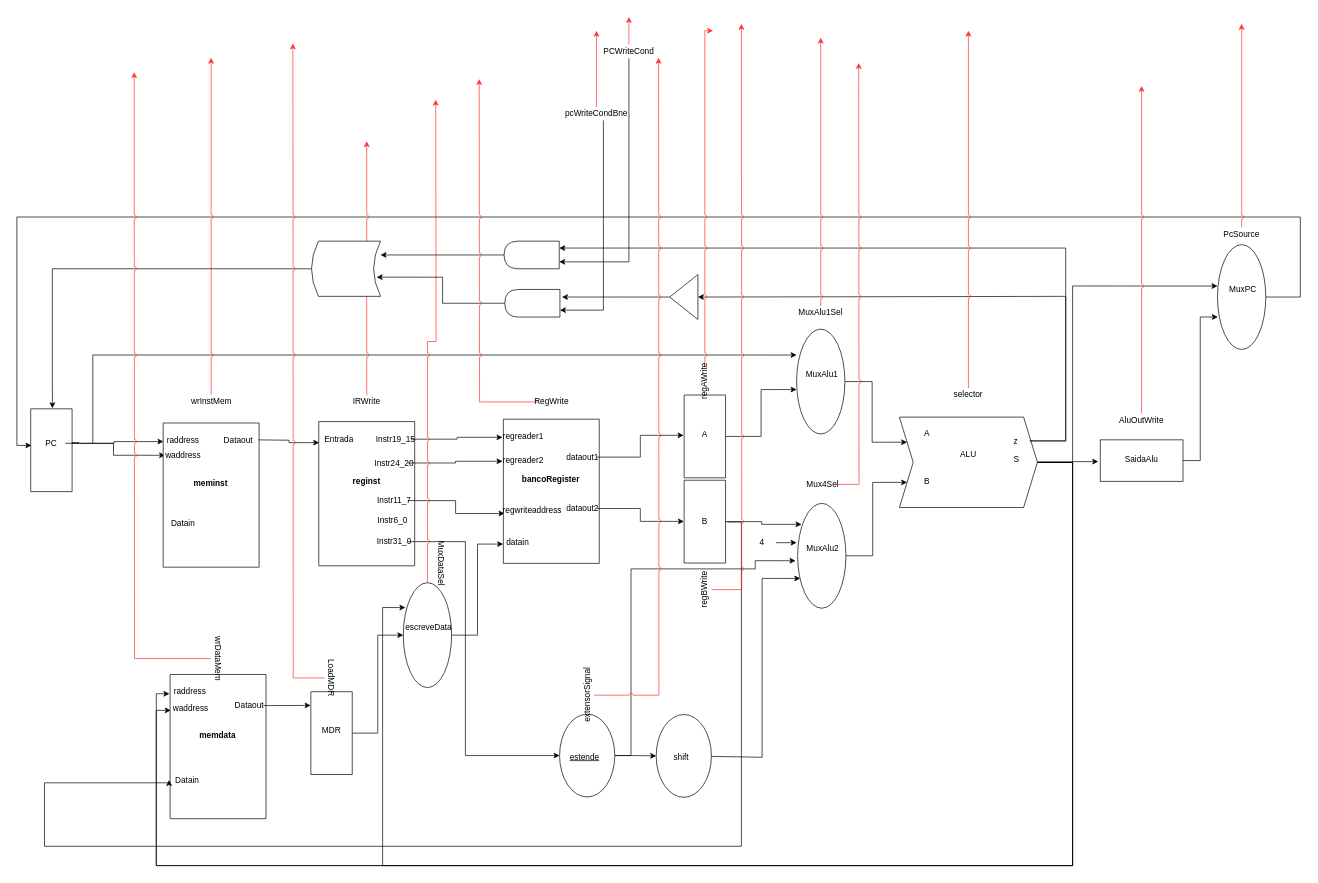
The draw.io diagram cpu.drawio in GabrielOlem/ProjetoHardware, before the edit. Source tidied: cells renumbered, new cells numbered last; positions are measured from the earlier drawing's top-left corner, leaving out a move shared by most shapes. Both pictures are drawn from the tidied source at 69%, with x=0, y=0 at pixel (10, 17).
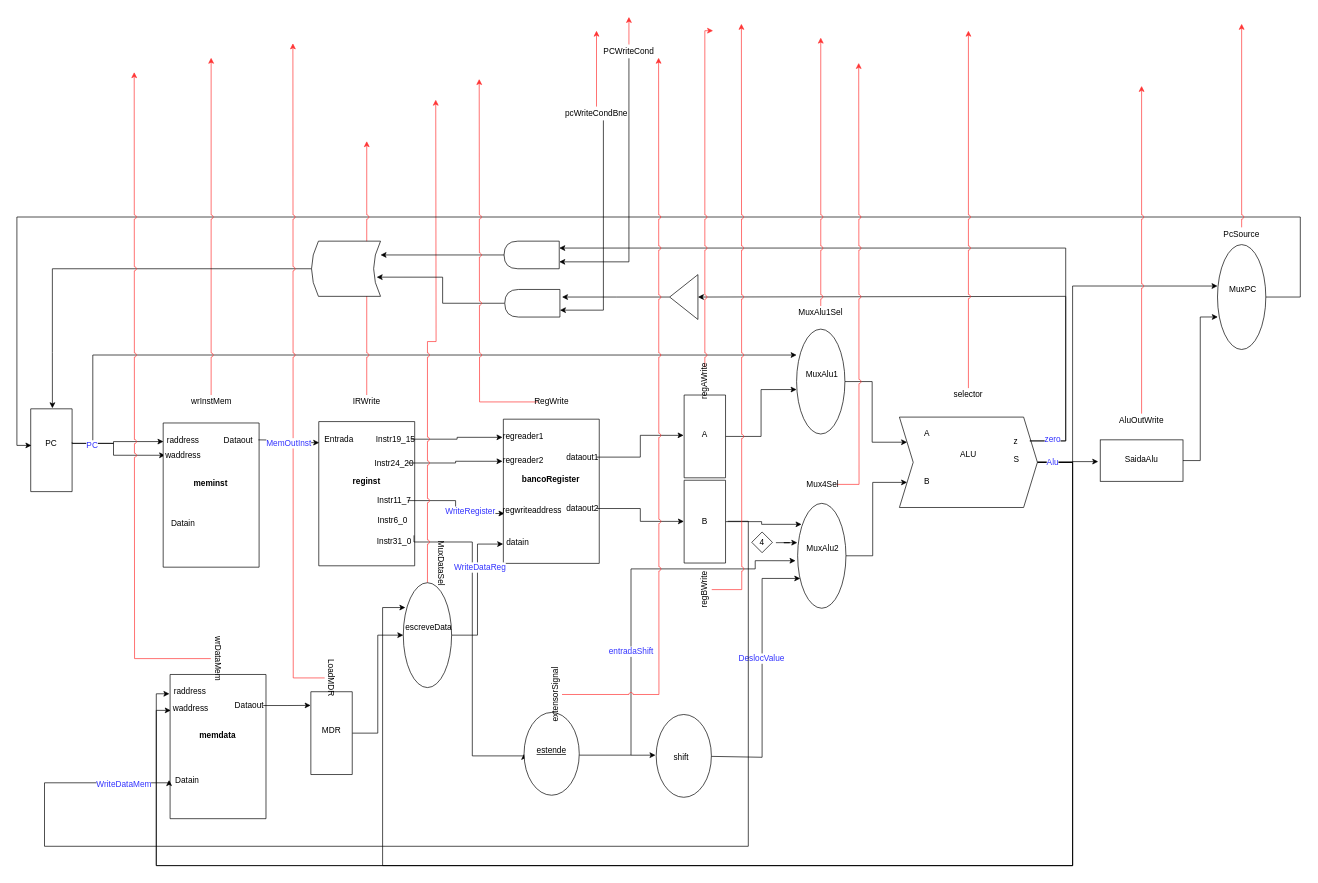
The same diagram, later.

The change refers to these unchanged cells:
```xml
<mxCell id="2" style="verticalLabelPosition=bottom;verticalAlign=top;html=1;shape=mxgraph.basic.rect;fillColor=#ffffff;fillColor2=none;strokeColor=#000000;strokeWidth=1;size=20;indent=5;rotation=90;" parent="1" vertex="1">
  <mxGeometry y="598" width="120" height="60" as="geometry" />
</mxCell>
<mxCell id="6" value="PC" style="text;html=1;strokeColor=none;fillColor=none;align=center;verticalAlign=middle;whiteSpace=wrap;rounded=0;" parent="1" vertex="1">
  <mxGeometry x="40" y="608" width="40" height="20" as="geometry" />
</mxCell>
<mxCell id="7" style="verticalLabelPosition=bottom;verticalAlign=top;html=1;shape=mxgraph.basic.rect;fillColor=#ffffff;fillColor2=none;strokeColor=#000000;strokeWidth=1;size=20;indent=5;rotation=90;" parent="1" vertex="1">
  <mxGeometry x="412.5" y="621.5" width="209" height="139" as="geometry" />
</mxCell>
<mxCell id="14" style="edgeStyle=orthogonalEdgeStyle;rounded=0;jettySize=auto;html=1;entryX=0.654;entryY=0.988;entryDx=0;entryDy=0;entryPerimeter=0;" parent="1" edge="1" source="15" target="18">
  <mxGeometry relative="1" as="geometry" />
</mxCell>
<mxCell id="17" value="Instr31_0" style="text;html=1;strokeColor=none;fillColor=none;align=center;verticalAlign=middle;whiteSpace=wrap;rounded=0;direction=west;" parent="1" vertex="1">
  <mxGeometry x="536.5" y="750.5" width="40" height="20" as="geometry" />
</mxCell>
<mxCell id="28" style="verticalLabelPosition=bottom;verticalAlign=top;html=1;shape=mxgraph.basic.rect;fillColor=#ffffff;fillColor2=none;strokeColor=#000000;strokeWidth=1;size=20;indent=5;rotation=90;" parent="1" vertex="1">
  <mxGeometry x="197" y="988" width="209" height="139" as="geometry" />
</mxCell>
<mxCell id="35" style="verticalLabelPosition=bottom;verticalAlign=top;html=1;shape=mxgraph.basic.rect;fillColor=#ffffff;fillColor2=none;strokeColor=#000000;strokeWidth=1;size=20;indent=5;rotation=90;" parent="1" vertex="1">
  <mxGeometry x="187" y="623.5" width="209" height="139" as="geometry" />
</mxCell>
<mxCell id="49" style="edgeStyle=orthogonalEdgeStyle;rounded=0;jettySize=auto;html=1;entryX=0.716;entryY=0.946;entryDx=0;entryDy=0;entryPerimeter=0;" parent="1" edge="1" source="50" target="83">
  <mxGeometry relative="1" as="geometry">
    <Array as="points">
      <mxPoint x="1090" y="1073" />
      <mxPoint x="1090" y="814" />
    </Array>
  </mxGeometry>
</mxCell>
<mxCell id="50" style="ellipse;whiteSpace=wrap;html=1;rotation=90;" parent="1" vertex="1">
  <mxGeometry x="916.5" y="1031" width="120" height="80" as="geometry" />
</mxCell>
<mxCell id="56" style="verticalLabelPosition=bottom;verticalAlign=top;html=1;shape=mxgraph.basic.rect;fillColor=#ffffff;fillColor2=none;strokeColor=#000000;strokeWidth=1;size=20;indent=5;rotation=90;" parent="1" vertex="1">
  <mxGeometry x="947" y="701.5" width="120" height="60" as="geometry" />
</mxCell>
<mxCell id="63" style="edgeStyle=orthogonalEdgeStyle;rounded=0;jettySize=auto;html=1;entryX=0.249;entryY=0.993;entryDx=0;entryDy=0;entryPerimeter=0;" parent="1" edge="1" source="64" target="28">
  <mxGeometry relative="1" as="geometry">
    <Array as="points">
      <mxPoint x="1540" y="646" />
      <mxPoint x="1540" y="1230" />
      <mxPoint x="212" y="1230" />
      <mxPoint x="212" y="1005" />
    </Array>
  </mxGeometry>
</mxCell>
<mxCell id="70" style="edgeStyle=orthogonalEdgeStyle;rounded=0;jettySize=auto;html=1;entryX=0;entryY=0.5;entryDx=0;entryDy=0;" parent="1" edge="1" source="71" target="99">
  <mxGeometry relative="1" as="geometry">
    <Array as="points">
      <mxPoint x="1530" y="615" />
      <mxPoint x="1530" y="405" />
    </Array>
  </mxGeometry>
</mxCell>
<mxCell id="75" style="edgeStyle=orthogonalEdgeStyle;rounded=0;jettySize=auto;html=1;entryX=0.866;entryY=1.002;entryDx=0;entryDy=0;entryPerimeter=0;" parent="1" edge="1" source="77" target="18">
  <mxGeometry relative="1" as="geometry" />
</mxCell>
<mxCell id="80" style="ellipse;whiteSpace=wrap;html=1;direction=south;" parent="1" vertex="1">
  <mxGeometry x="1140" y="452.5" width="70" height="152" as="geometry" />
</mxCell>
<mxCell id="83" style="ellipse;whiteSpace=wrap;html=1;direction=south;" parent="1" vertex="1">
  <mxGeometry x="1141.5" y="705" width="70" height="152" as="geometry" />
</mxCell>
<mxCell id="90" value="4" style="text;html=1;strokeColor=none;fillColor=none;align=center;verticalAlign=middle;whiteSpace=wrap;rounded=0;" parent="1" vertex="1">
  <mxGeometry x="1070" y="752" width="40" height="20" as="geometry" />
</mxCell>
<mxCell id="129" value="LoadMDR" style="text;html=1;strokeColor=none;fillColor=none;align=center;verticalAlign=middle;whiteSpace=wrap;rounded=0;rotation=90;" parent="1" vertex="1">
  <mxGeometry x="446" y="948" width="40" height="20" as="geometry" />
</mxCell>
```

What changed in the source:
```diff
@@
+    <mxCell id="132" style="rhombus;whiteSpace=wrap;html=1;" parent="1" vertex="1">
+      <mxGeometry x="1075" y="746.5" width="30" height="30" as="geometry" />
+    </mxCell>
@@
-    <mxCell id="3" style="edgeStyle=orthogonalEdgeStyle;rounded=0;jettySize=auto;html=1;entryX=0.129;entryY=0.997;entryDx=0;entryDy=0;entryPerimeter=0;" parent="1" edge="1" source="6" target="35">
-      <mxGeometry relative="1" as="geometry" />
+    <mxCell id="3" style="edgeStyle=orthogonalEdgeStyle;rounded=0;jettySize=auto;html=1;entryX=0.129;entryY=0.997;entryDx=0;entryDy=0;entryPerimeter=0;exitX=0.418;exitY=-0.007;exitDx=0;exitDy=0;exitPerimeter=0;" parent="1" edge="1" source="2" target="35">
+      <mxGeometry relative="1" as="geometry">
+        <Array as="points">
+          <mxPoint x="150" y="618" />
+          <mxPoint x="150" y="615" />
+        </Array>
+      </mxGeometry>
     </mxCell>
@@
     <mxCell id="5" style="edgeStyle=orthogonalEdgeStyle;rounded=0;jettySize=auto;html=1;entryX=0.247;entryY=1;entryDx=0;entryDy=0;entryPerimeter=0;" parent="1" edge="1" target="80">
       <mxGeometry relative="1" as="geometry">
-        <mxPoint x="100" y="617" as="sourcePoint" />
+        <mxPoint x="90" y="618" as="sourcePoint" />
         <Array as="points">
           <mxPoint x="90" y="617" />
           <mxPoint x="90" y="618" />
           <mxPoint x="120" y="618" />
           <mxPoint x="120" y="490" />
         </Array>
       </mxGeometry>
     </mxCell>
+    <mxCell id="133" value="&lt;font color=&quot;#3333ff&quot;&gt;PC&lt;/font&gt;" style="text;html=1;align=center;verticalAlign=middle;labelBackgroundColor=#ffffff;" parent="5" vertex="1">
+      <mxGeometry x="-0.95" y="-2" relative="1" as="geometry" />
+    </mxCell>
@@
+    <mxCell id="134" value="&lt;font color=&quot;#3333ff&quot;&gt;WriteRegister&lt;/font&gt;" style="text;html=1;align=center;verticalAlign=middle;labelBackgroundColor=#ffffff;" parent="14" vertex="1">
+      <mxGeometry x="0.37" y="3" relative="1" as="geometry" />
+    </mxCell>
@@
-    <mxCell id="16" style="edgeStyle=orthogonalEdgeStyle;rounded=0;jettySize=auto;html=1;entryX=0.5;entryY=1;entryDx=0;entryDy=0;" parent="1" edge="1" source="17" target="47">
+    <mxCell id="16" style="edgeStyle=orthogonalEdgeStyle;rounded=0;jettySize=auto;html=1;entryX=0.5;entryY=1;entryDx=0;entryDy=0;jumpStyle=none;exitX=0.789;exitY=0.007;exitDx=0;exitDy=0;exitPerimeter=0;" parent="1" edge="1" source="7" target="47">
       <mxGeometry relative="1" as="geometry">
         <Array as="points">
-          <mxPoint x="660" y="761" />
-          <mxPoint x="660" y="1071" />
+          <mxPoint x="594" y="761" />
+          <mxPoint x="670" y="761" />
+          <mxPoint x="670" y="1071" />
+          <mxPoint x="753" y="1071" />
         </Array>
       </mxGeometry>
     </mxCell>
@@
-    <mxCell id="45" style="edgeStyle=orthogonalEdgeStyle;rounded=0;jettySize=auto;html=1;entryX=0.5;entryY=1;entryDx=0;entryDy=0;" parent="1" edge="1" source="47" target="50">
-      <mxGeometry relative="1" as="geometry" />
-    </mxCell>
-    <mxCell id="46" style="edgeStyle=orthogonalEdgeStyle;rounded=0;jettySize=auto;html=1;entryX=0.547;entryY=1.044;entryDx=0;entryDy=0;entryPerimeter=0;" parent="1" edge="1" source="47" target="83">
+    <mxCell id="46" style="edgeStyle=orthogonalEdgeStyle;rounded=0;jettySize=auto;html=1;entryX=0.547;entryY=1.044;entryDx=0;entryDy=0;entryPerimeter=0;exitX=0.516;exitY=0;exitDx=0;exitDy=0;exitPerimeter=0;" parent="1" edge="1" source="47" target="83">
       <mxGeometry relative="1" as="geometry">
         <Array as="points">
           <mxPoint x="900" y="1070" />
           <mxPoint x="900" y="800" />
           <mxPoint x="1080" y="800" />
           <mxPoint x="1080" y="788" />
         </Array>
       </mxGeometry>
     </mxCell>
+    <mxCell id="135" value="&lt;font color=&quot;#3333ff&quot;&gt;entradaShift&lt;/font&gt;" style="text;html=1;align=center;verticalAlign=middle;labelBackgroundColor=#ffffff;" parent="46" vertex="1">
+      <mxGeometry x="-0.24" y="1" relative="1" as="geometry">
+        <mxPoint y="1" as="offset" />
+      </mxGeometry>
+    </mxCell>
     <mxCell id="47" style="ellipse;whiteSpace=wrap;html=1;rotation=90;fontStyle=4;" parent="1" vertex="1">
-      <mxGeometry x="776.5" y="1030.5" width="120" height="80" as="geometry" />
+      <mxGeometry x="725" y="1028" width="120" height="80" as="geometry" />
     </mxCell>
     <mxCell id="48" value="estende" style="text;html=1;strokeColor=none;fillColor=none;align=center;verticalAlign=middle;whiteSpace=wrap;rounded=0;fontStyle=4;" parent="1" vertex="1">
-      <mxGeometry x="812.5" y="1063" width="40" height="20" as="geometry" />
+      <mxGeometry x="765" y="1053.5" width="40" height="20" as="geometry" />
     </mxCell>
@@
+    <mxCell id="136" value="&lt;font color=&quot;#3333ff&quot;&gt;DeslocValue&lt;/font&gt;" style="text;html=1;align=center;verticalAlign=middle;labelBackgroundColor=#ffffff;" parent="49" vertex="1">
+      <mxGeometry x="0.12" y="2" relative="1" as="geometry" />
+    </mxCell>
@@
-    <mxCell id="57" style="edgeStyle=orthogonalEdgeStyle;rounded=0;jettySize=auto;html=1;entryX=0.732;entryY=1.011;entryDx=0;entryDy=0;entryPerimeter=0;" parent="1" edge="1" target="28">
+    <mxCell id="57" style="edgeStyle=orthogonalEdgeStyle;rounded=0;jettySize=auto;html=1;entryX=0.732;entryY=1.011;entryDx=0;entryDy=0;entryPerimeter=0;exitX=0.496;exitY=-0.052;exitDx=0;exitDy=0;exitPerimeter=0;" parent="1" edge="1" source="56" target="28">
       <mxGeometry relative="1" as="geometry">
-        <mxPoint x="1040" y="731" as="sourcePoint" />
         <Array as="points">
-          <mxPoint x="1060" y="732" />
-          <mxPoint x="1060" y="1202" />
+          <mxPoint x="1070" y="731" />
+          <mxPoint x="1070" y="1202" />
           <mxPoint x="50" y="1202" />
           <mxPoint x="50" y="1110" />
           <mxPoint x="230" y="1110" />
         </Array>
       </mxGeometry>
     </mxCell>
+    <mxCell id="137" value="&lt;font color=&quot;#3333ff&quot;&gt;WriteDataMem&lt;/font&gt;" style="text;html=1;align=center;verticalAlign=middle;labelBackgroundColor=#ffffff;" parent="57" vertex="1">
+      <mxGeometry x="0.56" y="1" relative="1" as="geometry">
+        <mxPoint x="-4.5" y="-92" as="offset" />
+      </mxGeometry>
+    </mxCell>
@@
+    <mxCell id="138" value="&lt;font color=&quot;#3333ff&quot;&gt;Alu&lt;/font&gt;" style="text;html=1;align=center;verticalAlign=middle;labelBackgroundColor=#ffffff;" parent="63" vertex="1">
+      <mxGeometry x="-0.96" y="2" relative="1" as="geometry">
+        <mxPoint x="-22.5" y="2" as="offset" />
+      </mxGeometry>
+    </mxCell>
@@
+    <mxCell id="139" value="&lt;font color=&quot;#3333ff&quot;&gt;zero&lt;/font&gt;" style="text;html=1;align=center;verticalAlign=middle;labelBackgroundColor=#ffffff;" parent="70" vertex="1">
+      <mxGeometry x="-0.9" y="1" relative="1" as="geometry">
+        <mxPoint x="-8" y="-2.5" as="offset" />
+      </mxGeometry>
+    </mxCell>
@@
+    <mxCell id="140" value="&lt;font color=&quot;#3333ff&quot;&gt;WriteDataReg&lt;/font&gt;" style="text;html=1;align=center;verticalAlign=middle;labelBackgroundColor=#ffffff;" parent="75" vertex="1">
+      <mxGeometry x="0.32" y="-3" relative="1" as="geometry" />
+    </mxCell>
@@
-    <mxCell id="89" style="edgeStyle=orthogonalEdgeStyle;rounded=0;jettySize=auto;html=1;" parent="1" edge="1" source="90">
-      <mxGeometry relative="1" as="geometry">
-        <mxPoint x="1140" y="762" as="targetPoint" />
-      </mxGeometry>
-    </mxCell>
+    <mxCell id="141" style="edgeStyle=orthogonalEdgeStyle;rounded=0;jumpStyle=none;jettySize=auto;html=1;entryX=0.375;entryY=1.007;entryDx=0;entryDy=0;entryPerimeter=0;" parent="1" edge="1" source="90" target="83">
+      <mxGeometry relative="1" as="geometry" />
+    </mxCell>
@@
-    <mxCell id="128" style="edgeStyle=orthogonalEdgeStyle;rounded=0;jumpStyle=arc;jettySize=auto;html=1;strokeColor=#FF3333;" parent="1" edge="1" source="129">
-      <mxGeometry relative="1" as="geometry">
-        <mxPoint x="410" y="38.3" as="targetPoint" />
-      </mxGeometry>
-    </mxCell>
@@
     <mxCell id="131" value="extensorSignal" style="text;html=1;strokeColor=none;fillColor=none;align=center;verticalAlign=middle;whiteSpace=wrap;rounded=0;rotation=-90;" parent="1" vertex="1">
-      <mxGeometry x="816.5" y="973" width="40" height="20" as="geometry" />
+      <mxGeometry x="770" y="972" width="40" height="20" as="geometry" />
     </mxCell>
+    <mxCell id="128" style="edgeStyle=orthogonalEdgeStyle;rounded=0;jumpStyle=arc;jettySize=auto;html=1;strokeColor=#FF3333;" parent="1" edge="1" source="129">
+      <mxGeometry relative="1" as="geometry">
+        <mxPoint x="410" y="38.3" as="targetPoint" />
+      </mxGeometry>
+    </mxCell>
+    <mxCell id="142" value="&lt;font color=&quot;#3333ff&quot;&gt;MemOutInst&lt;/font&gt;" style="text;html=1;align=center;verticalAlign=middle;labelBackgroundColor=#ffffff;" parent="128" vertex="1">
+      <mxGeometry x="-0.19" y="6" relative="1" as="geometry">
+        <mxPoint x="-0.5" y="4.5" as="offset" />
+      </mxGeometry>
+    </mxCell>
+    <mxCell id="143" style="endArrow=classic;html=1;entryX=0.491;entryY=1.013;entryDx=0;entryDy=0;entryPerimeter=0;" parent="1" edge="1" target="50">
+      <mxGeometry relative="1" as="geometry">
+        <mxPoint x="900" y="1070" as="sourcePoint" />
+      </mxGeometry>
+    </mxCell>
```
